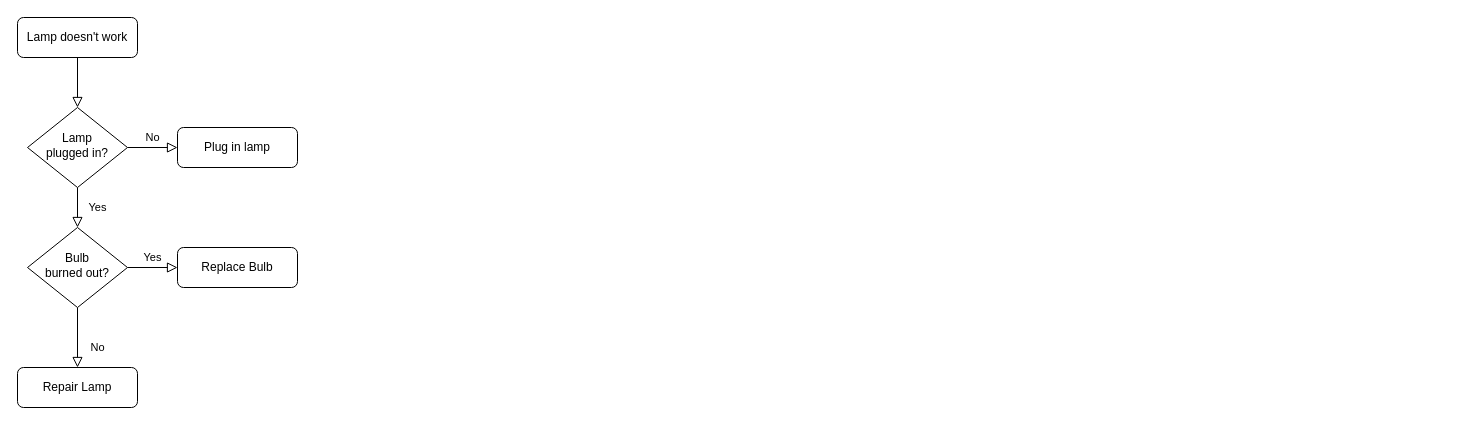
Before: 未命名绘图.drawio in 315944211/doc, a draw.io diagram. Source tidied: cells renumbered, new cells numbered last; positions are measured from the earlier drawing's top-left corner, leaving out a move shared by most shapes. Both pictures are drawn from the tidied source at 100%, with x=0, y=0 at pixel (17, 17).
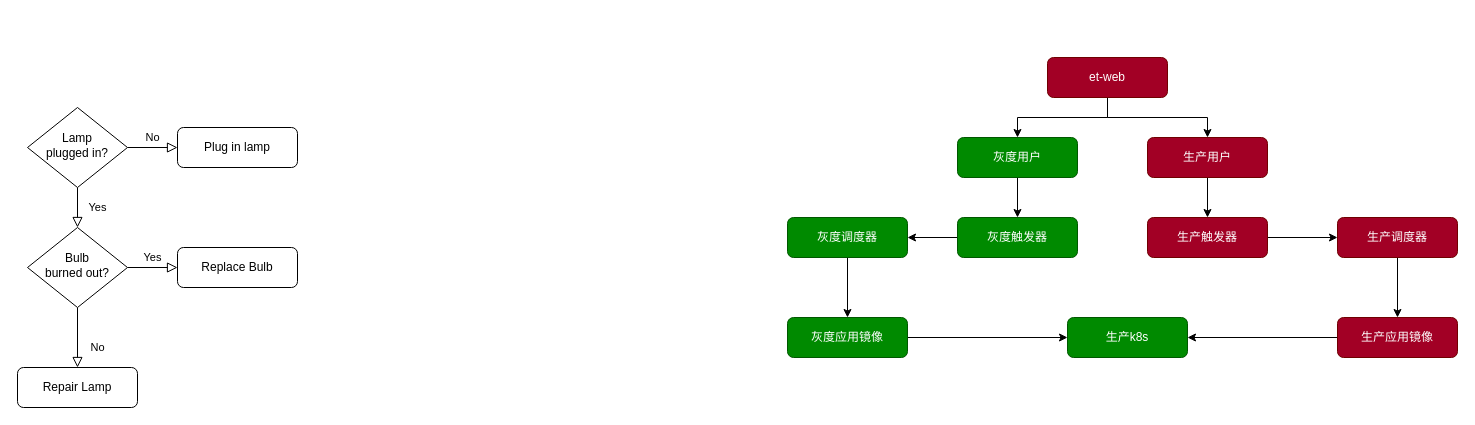
Above is the later version.

Commit message:
更新未命名绘图.drawio

The change refers to these unchanged cells:
```xml
<mxCell id="6" value="Lamp&lt;br&gt;plugged in?" style="rhombus;whiteSpace=wrap;html=1;shadow=0;fontFamily=Helvetica;fontSize=12;align=center;strokeWidth=1;spacing=6;spacingTop=-4;" parent="1" vertex="1">
  <mxGeometry x="10" y="90" width="100" height="80" as="geometry" />
</mxCell>
```

Change to the diagram source:
```diff
@@
-    <mxCell id="2" style="rounded=0;html=1;jettySize=auto;fontSize=11;endArrow=block;endFill=0;endSize=8;strokeWidth=1;shadow=0;labelBackgroundColor=none;edgeStyle=orthogonalEdgeStyle;" parent="1" edge="1" source="3" target="6">
-      <mxGeometry relative="1" as="geometry" />
-    </mxCell>
+    <mxCell id="13" style="edgeStyle=orthogonalEdgeStyle;rounded=0;jettySize=auto;html=1;entryX=0.5;entryY=0;entryDx=0;entryDy=0;" parent="1" edge="1" source="3" target="16">
+      <mxGeometry relative="1" as="geometry" />
+    </mxCell>
+    <mxCell id="14" style="edgeStyle=orthogonalEdgeStyle;rounded=0;jettySize=auto;html=1;entryX=0.5;entryY=0;entryDx=0;entryDy=0;" parent="1" edge="1" source="3" target="18">
+      <mxGeometry relative="1" as="geometry" />
+    </mxCell>
-    <mxCell id="3" value="Lamp doesn't work" style="rounded=1;whiteSpace=wrap;html=1;fontSize=12;glass=0;strokeWidth=1;shadow=0;" parent="1" vertex="1">
-      <mxGeometry width="120" height="40" as="geometry" />
+    <mxCell id="3" value="et-web" style="rounded=1;whiteSpace=wrap;html=1;fontSize=12;glass=0;strokeWidth=1;shadow=0;fillColor=#a20025;fontColor=#ffffff;strokeColor=#6F0000;" parent="1" vertex="1">
+      <mxGeometry x="1030" y="40" width="120" height="40" as="geometry" />
     </mxCell>
@@
+    <mxCell id="15" style="edgeStyle=orthogonalEdgeStyle;rounded=0;jettySize=auto;html=1;" parent="1" edge="1" source="16" target="22">
+      <mxGeometry relative="1" as="geometry" />
+    </mxCell>
+    <mxCell id="16" value="灰度用户" style="rounded=1;whiteSpace=wrap;html=1;fontSize=12;glass=0;strokeWidth=1;shadow=0;fillColor=#008a00;fontColor=#ffffff;strokeColor=#005700;" parent="1" vertex="1">
+      <mxGeometry x="940" y="120" width="120" height="40" as="geometry" />
+    </mxCell>
+    <mxCell id="17" style="edgeStyle=orthogonalEdgeStyle;rounded=0;jettySize=auto;html=1;" parent="1" edge="1" source="18" target="26">
+      <mxGeometry relative="1" as="geometry" />
+    </mxCell>
+    <mxCell id="18" value="生产用户" style="rounded=1;whiteSpace=wrap;html=1;fontSize=12;glass=0;strokeWidth=1;shadow=0;fillColor=#a20025;fontColor=#ffffff;strokeColor=#6F0000;" parent="1" vertex="1">
+      <mxGeometry x="1130" y="120" width="120" height="40" as="geometry" />
+    </mxCell>
+    <mxCell id="19" style="edgeStyle=orthogonalEdgeStyle;rounded=0;jettySize=auto;html=1;" parent="1" edge="1" source="20" target="29">
+      <mxGeometry relative="1" as="geometry" />
+    </mxCell>
+    <mxCell id="20" value="灰度调度器" style="rounded=1;whiteSpace=wrap;html=1;fontSize=12;glass=0;strokeWidth=1;shadow=0;fillColor=#008a00;fontColor=#ffffff;strokeColor=#005700;" parent="1" vertex="1">
+      <mxGeometry x="770" y="200" width="120" height="40" as="geometry" />
+    </mxCell>
+    <mxCell id="21" style="edgeStyle=orthogonalEdgeStyle;rounded=0;jettySize=auto;html=1;" parent="1" edge="1" source="22" target="20">
+      <mxGeometry relative="1" as="geometry" />
+    </mxCell>
+    <mxCell id="22" value="灰度触发器" style="rounded=1;whiteSpace=wrap;html=1;fontSize=12;glass=0;strokeWidth=1;shadow=0;fillColor=#008a00;fontColor=#ffffff;strokeColor=#005700;" parent="1" vertex="1">
+      <mxGeometry x="940" y="200" width="120" height="40" as="geometry" />
+    </mxCell>
+    <mxCell id="23" style="edgeStyle=orthogonalEdgeStyle;rounded=0;jettySize=auto;html=1;" parent="1" edge="1" source="24" target="31">
+      <mxGeometry relative="1" as="geometry" />
+    </mxCell>
+    <mxCell id="24" value="生产调度器" style="rounded=1;whiteSpace=wrap;html=1;fontSize=12;glass=0;strokeWidth=1;shadow=0;fillColor=#a20025;fontColor=#ffffff;strokeColor=#6F0000;" parent="1" vertex="1">
+      <mxGeometry x="1320" y="200" width="120" height="40" as="geometry" />
+    </mxCell>
+    <mxCell id="25" style="edgeStyle=orthogonalEdgeStyle;rounded=0;jettySize=auto;html=1;" parent="1" edge="1" source="26" target="24">
+      <mxGeometry relative="1" as="geometry" />
+    </mxCell>
+    <mxCell id="26" value="生产触发器" style="rounded=1;whiteSpace=wrap;html=1;fontSize=12;glass=0;strokeWidth=1;shadow=0;fillColor=#a20025;fontColor=#ffffff;strokeColor=#6F0000;" parent="1" vertex="1">
+      <mxGeometry x="1130" y="200" width="120" height="40" as="geometry" />
+    </mxCell>
+    <mxCell id="27" value="生产k8s" style="rounded=1;whiteSpace=wrap;html=1;fontSize=12;glass=0;strokeWidth=1;shadow=0;fillColor=#008a00;fontColor=#ffffff;strokeColor=#005700;" parent="1" vertex="1">
+      <mxGeometry x="1050" y="300" width="120" height="40" as="geometry" />
+    </mxCell>
+    <mxCell id="28" style="edgeStyle=orthogonalEdgeStyle;rounded=0;jettySize=auto;html=1;" parent="1" edge="1" source="29" target="27">
+      <mxGeometry relative="1" as="geometry" />
+    </mxCell>
+    <mxCell id="29" value="灰度应用镜像" style="rounded=1;whiteSpace=wrap;html=1;fontSize=12;glass=0;strokeWidth=1;shadow=0;fillColor=#008a00;fontColor=#ffffff;strokeColor=#005700;" parent="1" vertex="1">
+      <mxGeometry x="770" y="300" width="120" height="40" as="geometry" />
+    </mxCell>
+    <mxCell id="30" style="edgeStyle=orthogonalEdgeStyle;rounded=0;jettySize=auto;html=1;entryX=1;entryY=0.5;entryDx=0;entryDy=0;" parent="1" edge="1" source="31" target="27">
+      <mxGeometry relative="1" as="geometry" />
+    </mxCell>
+    <mxCell id="31" value="生产应用镜像" style="rounded=1;whiteSpace=wrap;html=1;fontSize=12;glass=0;strokeWidth=1;shadow=0;fillColor=#a20025;fontColor=#ffffff;strokeColor=#6F0000;" parent="1" vertex="1">
+      <mxGeometry x="1320" y="300" width="120" height="40" as="geometry" />
+    </mxCell>
```
